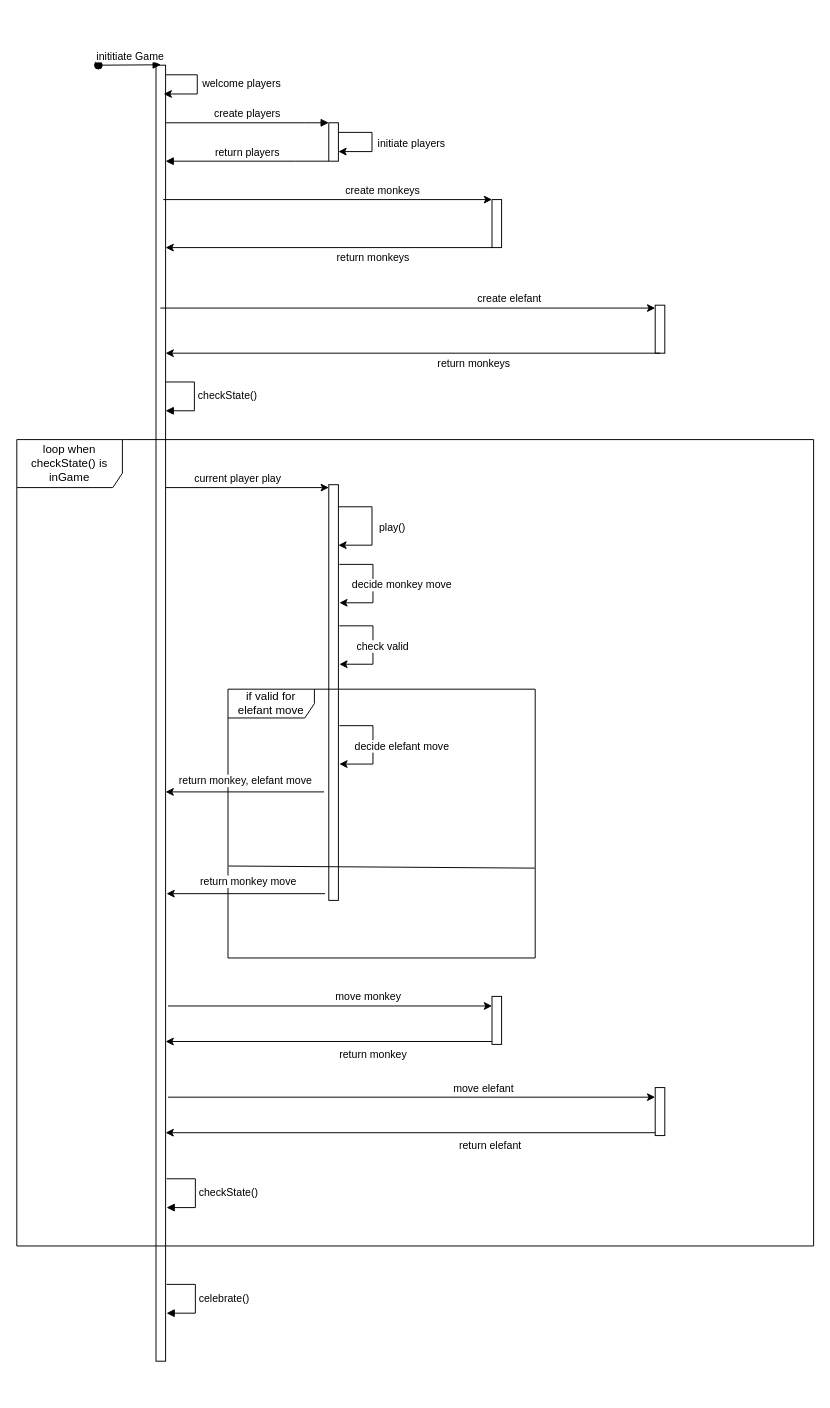
Above: Zahlenbande Sequence Diagram.drawio in minWang916/Zahlenbande (draw.io), before the change. Source tidied: cells renumbered, new cells numbered last; positions are measured from the earlier drawing's top-left corner, leaving out a move shared by most shapes. Both pictures are drawn from the tidied source at 96%, with x=0, y=0 at pixel (16, 64).
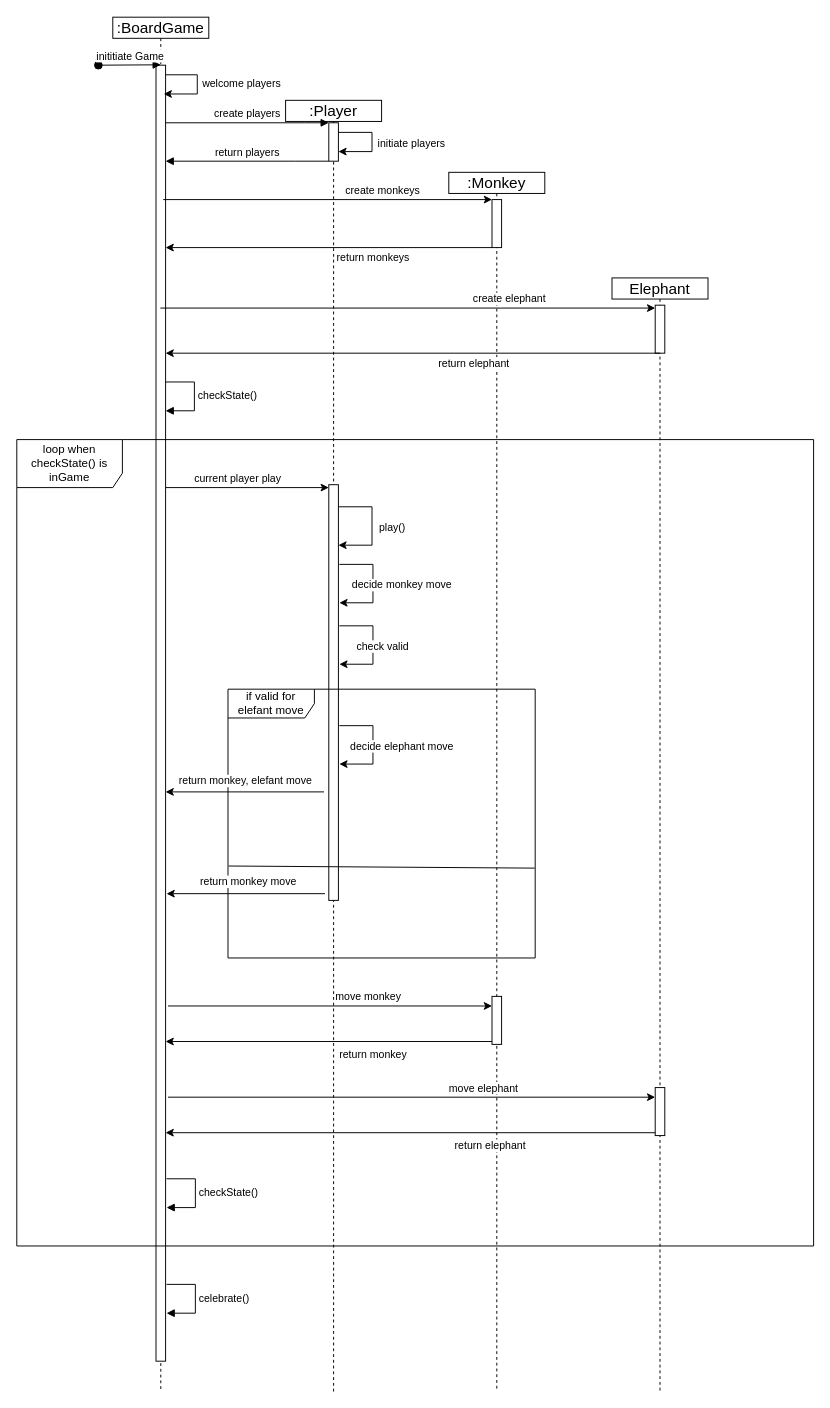
Above is the later version.

Unchanged cells that the change refers to:
```xml
<mxCell id="18" style="endArrow=classic;html=1;rounded=0;" parent="1" edge="1">
  <mxGeometry relative="1" as="geometry">
    <mxPoint x="149.5" y="253.4" as="sourcePoint" />
    <mxPoint x="665" y="253.4" as="targetPoint" />
  </mxGeometry>
</mxCell>
<mxCell id="20" style="endArrow=classic;html=1;rounded=0;" parent="1" edge="1" target="2">
  <mxGeometry relative="1" as="geometry">
    <mxPoint x="670" y="300.4" as="sourcePoint" />
  </mxGeometry>
</mxCell>
<mxCell id="33" style="endArrow=classic;html=1;rounded=0;" parent="1" edge="1">
  <mxGeometry relative="1" as="geometry">
    <mxPoint x="336" y="688.4" as="sourcePoint" />
    <mxPoint x="336" y="728.4" as="targetPoint" />
    <Array as="points">
      <mxPoint x="371" y="688.4" />
      <mxPoint x="371" y="728.4" />
    </Array>
  </mxGeometry>
</mxCell>
<mxCell id="45" style="endArrow=classic;html=1;rounded=0;" parent="1" edge="1" target="47">
  <mxGeometry relative="1" as="geometry">
    <mxPoint x="157.5" y="1075.4" as="sourcePoint" />
  </mxGeometry>
</mxCell>
<mxCell id="48" style="endArrow=classic;html=1;rounded=0;" parent="1" edge="1" source="47">
  <mxGeometry relative="1" as="geometry">
    <mxPoint x="155" y="1112.4" as="targetPoint" />
  </mxGeometry>
</mxCell>
```

What changed in the source:
```diff
@@
+    <mxCell id="52" value="Elephant" style="shape=umlLifeline;perimeter=lifelinePerimeter;whiteSpace=wrap;html=1;newEdgeStyle={&quot;curved&quot;:0,&quot;rounded&quot;:0};fontSize=16;size=22;" parent="1" vertex="1">
+      <mxGeometry x="620" y="222" width="100" height="1160" as="geometry" />
+    </mxCell>
+    <mxCell id="53" value=":Monkey" style="shape=umlLifeline;perimeter=lifelinePerimeter;whiteSpace=wrap;html=1;newEdgeStyle={&quot;curved&quot;:0,&quot;rounded&quot;:0};fontSize=16;size=22;" parent="1" vertex="1">
+      <mxGeometry x="450" y="112" width="100" height="1270" as="geometry" />
+    </mxCell>
+    <mxCell id="54" value=":Player" style="shape=umlLifeline;perimeter=lifelinePerimeter;whiteSpace=wrap;html=1;newEdgeStyle={&quot;curved&quot;:0,&quot;rounded&quot;:0};fontSize=16;size=22;" parent="1" vertex="1">
+      <mxGeometry x="280" y="37" width="100" height="1345" as="geometry" />
+    </mxCell>
+    <mxCell id="55" value=":BoardGame" style="shape=umlLifeline;perimeter=lifelinePerimeter;whiteSpace=wrap;html=1;newEdgeStyle={&quot;curved&quot;:0,&quot;rounded&quot;:0};fontSize=16;size=22;" parent="1" vertex="1">
+      <mxGeometry x="100" y="-49.6" width="100" height="1431.6" as="geometry" />
+    </mxCell>
@@
-    <mxCell id="19" value="create elefant" style="edgeLabel;html=1;align=center;verticalAlign=middle;" parent="18" vertex="1">
+    <mxCell id="19" value="create elephant" style="edgeLabel;html=1;align=center;verticalAlign=middle;" parent="18" vertex="1">
       <mxGeometry x="0.55" relative="1" as="geometry">
         <mxPoint x="-37" y="-10" as="offset" />
       </mxGeometry>
     </mxCell>
@@
-    <mxCell id="21" value="return monkeys" style="edgeLabel;html=1;align=center;verticalAlign=middle;" parent="20" vertex="1">
+    <mxCell id="21" value="return elephant" style="edgeLabel;html=1;align=center;verticalAlign=middle;" parent="20" vertex="1">
       <mxGeometry x="-0.2" y="1" relative="1" as="geometry">
         <mxPoint x="11" y="9" as="offset" />
       </mxGeometry>
     </mxCell>
@@
-    <mxCell id="34" value="decide elefant move" style="edgeLabel;html=1;align=center;verticalAlign=middle;" parent="33" vertex="1">
+    <mxCell id="34" value="decide elephant move" style="edgeLabel;html=1;align=center;verticalAlign=middle;" parent="33" vertex="1">
       <mxGeometry x="-0.19" relative="1" as="geometry">
         <mxPoint x="29" y="11" as="offset" />
       </mxGeometry>
     </mxCell>
@@
-    <mxCell id="46" value="move elefant" style="edgeLabel;html=1;align=center;verticalAlign=middle;" parent="45" vertex="1">
+    <mxCell id="46" value="move elephant" style="edgeLabel;html=1;align=center;verticalAlign=middle;" parent="45" vertex="1">
       <mxGeometry x="0.23" y="2" relative="1" as="geometry">
         <mxPoint x="16" y="-8" as="offset" />
       </mxGeometry>
     </mxCell>
@@
-    <mxCell id="49" value="return elefant" style="edgeLabel;html=1;align=center;verticalAlign=middle;" parent="48" vertex="1">
+    <mxCell id="49" value="return elephant" style="edgeLabel;html=1;align=center;verticalAlign=middle;" parent="48" vertex="1">
       <mxGeometry x="-0.43" y="-2" relative="1" as="geometry">
         <mxPoint x="-28" y="15" as="offset" />
       </mxGeometry>
     </mxCell>
```
